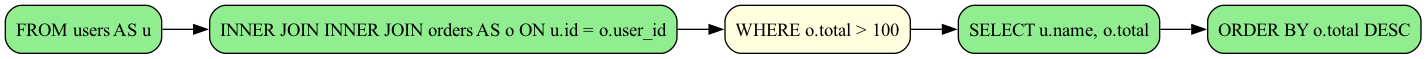
rot1024/sqloflow keeps this Graphviz diagram as examples/join_query_operation.png. Above is the earlier version. Its source is kept beside it as examples/join_query_operation.dot. Source of this version:
```dot
digraph sqloflow {
  rankdir=LR;
  node [shape=box, style=rounded];

  node_0 [label="FROM users AS u", fillcolor=lightgreen, style="filled,rounded"];
  node_1 [label="INNER JOIN INNER JOIN orders AS o ON u.id = o.user_id", fillcolor=lightgreen, style="filled,rounded"];
  node_3 [label="SELECT u.name, o.total", fillcolor=lightgreen, style="filled,rounded"];
  node_4 [label="ORDER BY o.total DESC", fillcolor=lightgreen, style="filled,rounded"];
  node_2 [label="WHERE o.total > 100", fillcolor=lightyellow, style="filled,rounded"];

  node_0 -> node_1 [color=black];
  node_1 -> node_2 [color=black];
  node_2 -> node_3 [color=black];
  node_3 -> node_4 [color=black];
}
```
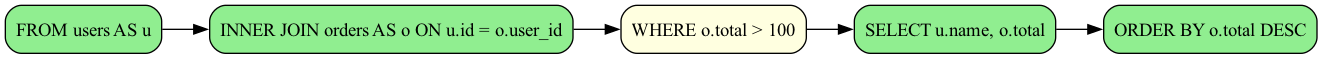
After the change.

The edit, as a diff of the source:
```diff
@@ -3,7 +3,7 @@
   node [shape=box, style=rounded];
 
   node_0 [label="FROM users AS u", fillcolor=lightgreen, style="filled,rounded"];
-  node_1 [label="INNER JOIN INNER JOIN orders AS o ON u.id = o.user_id", fillcolor=lightgreen, style="filled,rounded"];
+  node_1 [label="INNER JOIN orders AS o ON u.id = o.user_id", fillcolor=lightgreen, style="filled,rounded"];
   node_3 [label="SELECT u.name, o.total", fillcolor=lightgreen, style="filled,rounded"];
   node_4 [label="ORDER BY o.total DESC", fillcolor=lightgreen, style="filled,rounded"];
   node_2 [label="WHERE o.total > 100", fillcolor=lightyellow, style="filled,rounded"];
```
